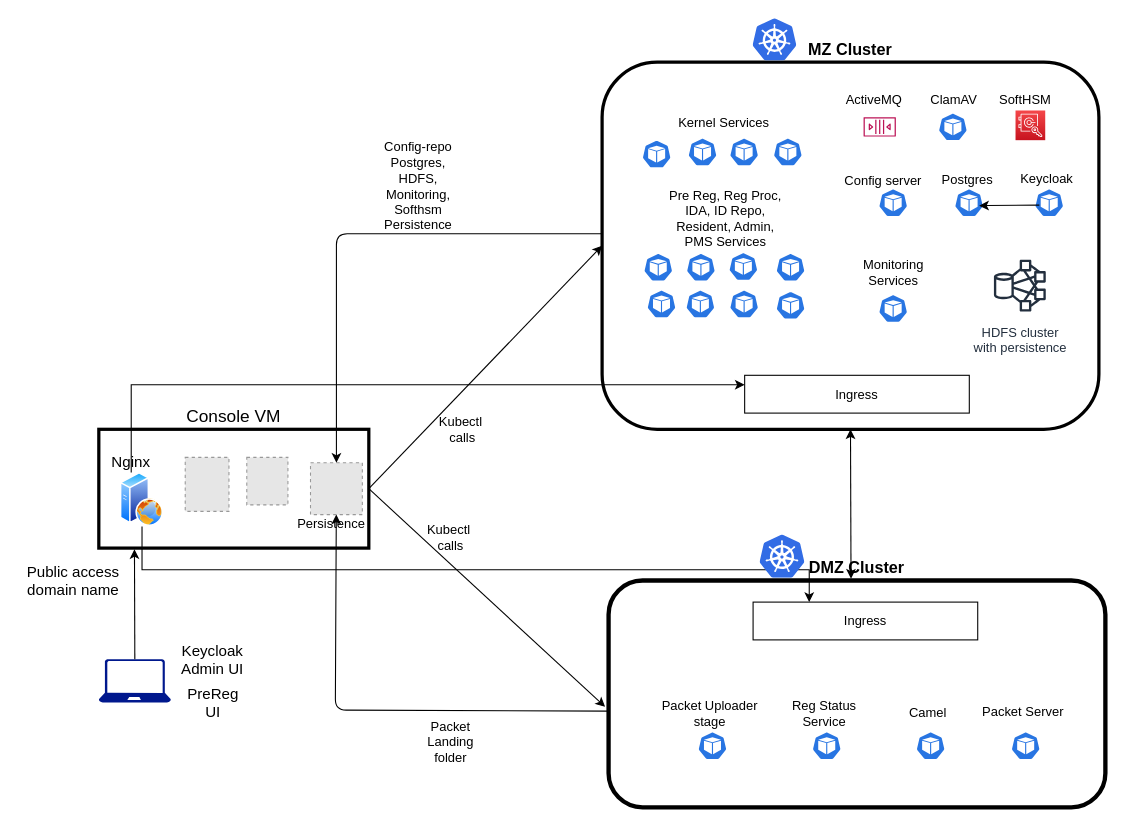
mosip/mosip-infra keeps this draw.io diagram as deployment/sandbox-v2/docs/sandbox_architecture.drawio. Above is the earlier version. Source tidied: cells renumbered, new cells numbered last; positions are measured from the earlier drawing's top-left corner, leaving out a move shared by most shapes. Both pictures are drawn from the tidied source at 108%, with x=0, y=0 at pixel (18, 18). Pictures stored in the file or linked from it are replaced by grey dashed boxes.
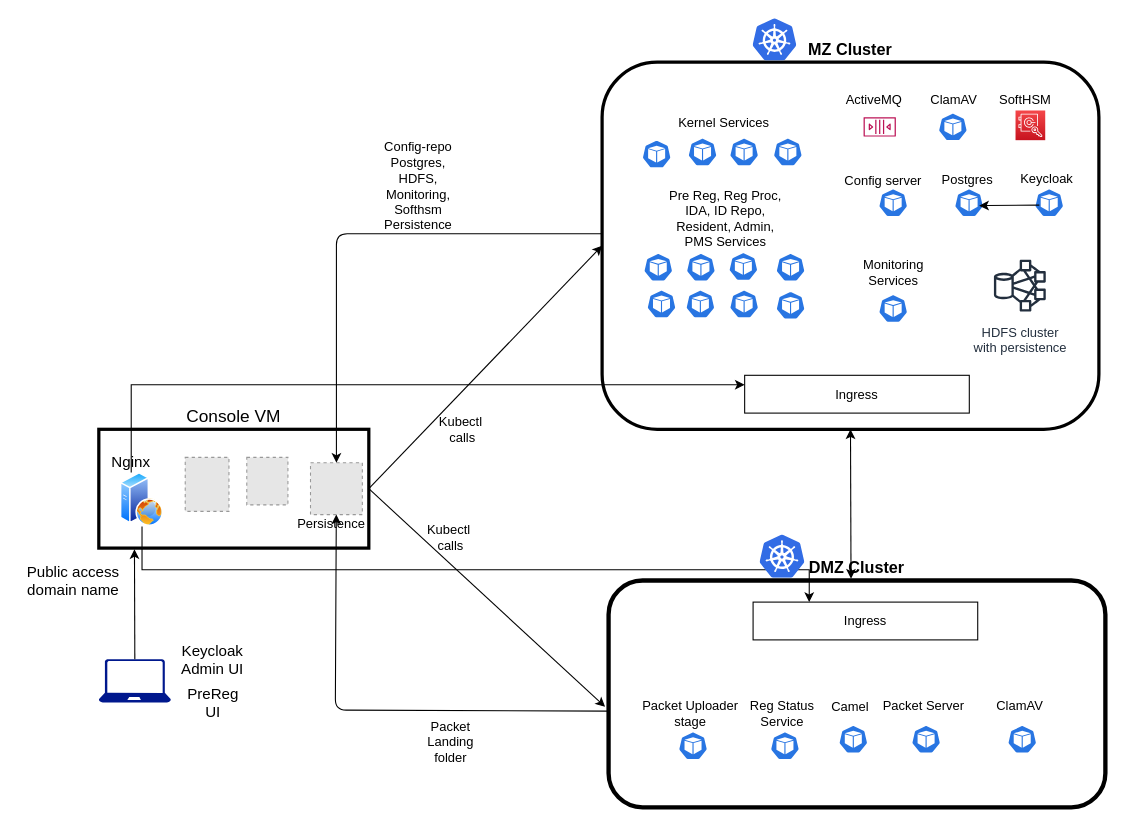
Above is the later version.

Commit message (it also covers changes not shown here):
Sandbox diagram updated to include ClamAV in DMZ.

Diff of the diagram source:
```diff
@@
     <mxCell id="42" style="html=1;dashed=0;whitespace=wrap;fillColor=#2875E2;strokeColor=#ffffff;shape=mxgraph.kubernetes.icon;prIcon=pod;fontSize=15;" parent="1" vertex="1">
-      <mxGeometry x="624.2" y="660" width="36" height="26" as="geometry" />
+      <mxGeometry x="606.2" y="660" width="36" height="26" as="geometry" />
     </mxCell>
     <mxCell id="43" value="Packet Uploader stage&lt;br&gt;" style="text;html=1;strokeColor=none;fillColor=none;align=center;verticalAlign=middle;whiteSpace=wrap;rounded=0;" parent="1" vertex="1">
-      <mxGeometry x="590" y="633" width="100" height="20" as="geometry" />
+      <mxGeometry x="572" y="633" width="100" height="20" as="geometry" />
     </mxCell>
     <mxCell id="44" style="html=1;dashed=0;whitespace=wrap;fillColor=#2875E2;strokeColor=#ffffff;shape=mxgraph.kubernetes.icon;prIcon=pod;fontSize=15;" parent="1" vertex="1">
-      <mxGeometry x="730" y="660" width="36" height="26" as="geometry" />
+      <mxGeometry x="691.3" y="660" width="36" height="26" as="geometry" />
     </mxCell>
     <mxCell id="45" value="Reg Status Service" style="text;html=1;strokeColor=none;fillColor=none;align=center;verticalAlign=middle;whiteSpace=wrap;rounded=0;" parent="1" vertex="1">
-      <mxGeometry x="695.8" y="633" width="100" height="20" as="geometry" />
+      <mxGeometry x="657.1" y="633" width="100" height="20" as="geometry" />
     </mxCell>
     <mxCell id="46" style="html=1;dashed=0;whitespace=wrap;fillColor=#2875E2;strokeColor=#ffffff;shape=mxgraph.kubernetes.icon;prIcon=pod;fontSize=15;" parent="1" vertex="1">
-      <mxGeometry x="826.2" y="660" width="36" height="26" as="geometry" />
+      <mxGeometry x="754.6" y="654" width="36" height="26" as="geometry" />
     </mxCell>
     <mxCell id="47" value="Camel" style="text;html=1;strokeColor=none;fillColor=none;align=center;verticalAlign=middle;whiteSpace=wrap;rounded=0;" parent="1" vertex="1">
-      <mxGeometry x="792" y="633" width="100" height="20" as="geometry" />
+      <mxGeometry x="720.4" y="627" width="100" height="20" as="geometry" />
     </mxCell>
@@
     <mxCell id="54" style="html=1;dashed=0;whitespace=wrap;fillColor=#2875E2;strokeColor=#ffffff;shape=mxgraph.kubernetes.icon;prIcon=pod;fontSize=15;" parent="1" vertex="1">
-      <mxGeometry x="914.2" y="660" width="36" height="26" as="geometry" />
+      <mxGeometry x="822" y="654" width="36" height="26" as="geometry" />
     </mxCell>
     <mxCell id="55" value="Packet Server" style="text;html=1;strokeColor=none;fillColor=none;align=center;verticalAlign=middle;whiteSpace=wrap;rounded=0;" parent="1" vertex="1">
-      <mxGeometry x="880" y="633" width="100" height="17" as="geometry" />
+      <mxGeometry x="787.8" y="627" width="100" height="17" as="geometry" />
     </mxCell>
@@
+    <mxCell id="69" style="html=1;dashed=0;whitespace=wrap;fillColor=#2875E2;strokeColor=#ffffff;shape=mxgraph.kubernetes.icon;prIcon=pod;fontSize=15;" parent="1" vertex="1">
+      <mxGeometry x="911" y="654" width="36" height="26" as="geometry" />
+    </mxCell>
+    <mxCell id="70" value="ClamAV" style="text;html=1;strokeColor=none;fillColor=none;align=center;verticalAlign=middle;whiteSpace=wrap;rounded=0;" parent="1" vertex="1">
+      <mxGeometry x="876.8" y="627" width="100" height="17" as="geometry" />
+    </mxCell>
```
